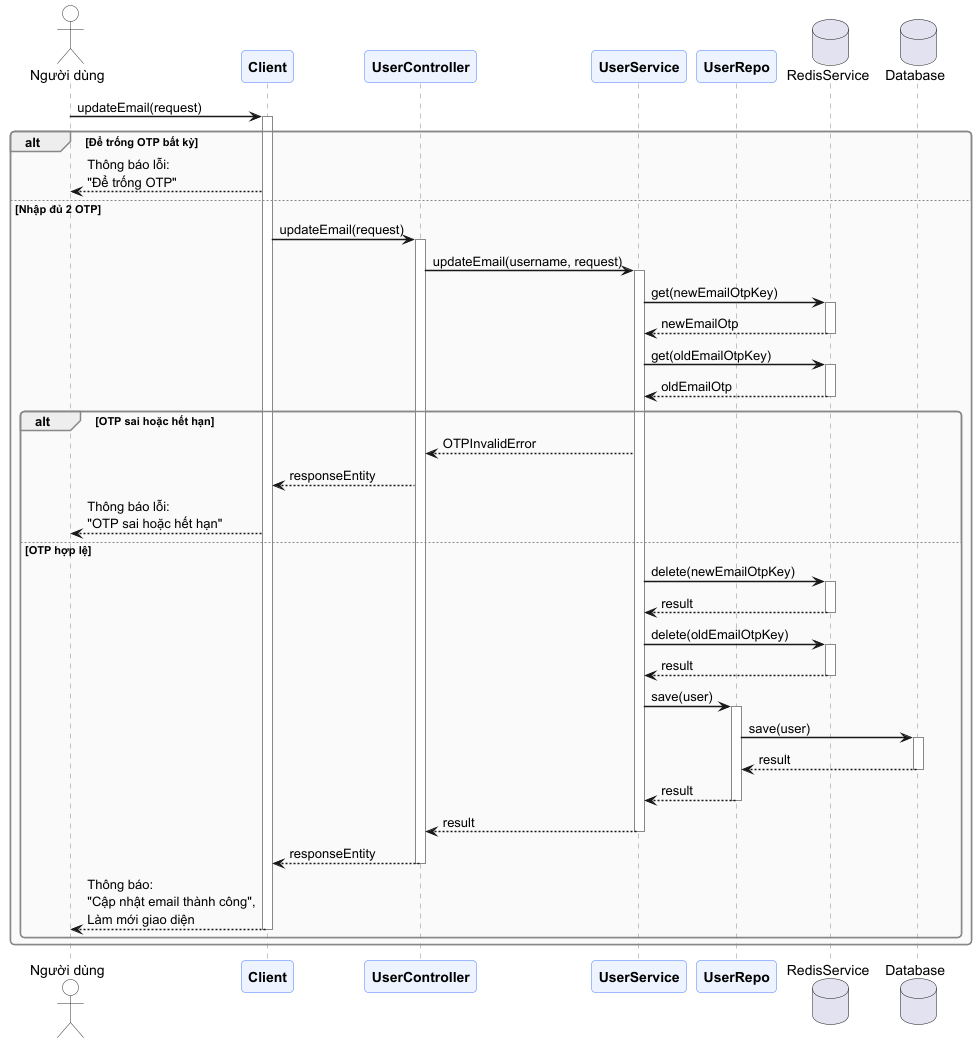
Above: docs/diagrams/sequence-diagram/Update_Email_Sequence_updateEmail.png in trantrieuduong/Elingo-Language-Learning-System (PlantUML), before the change. Its diagram source:
```plantuml
@startuml

skinparam sequenceArrowThickness 1.5
skinparam roundcorner 8
skinparam responseMessageBelowArrow true
skinparam sequenceGroupBorderThickness 1.5

skinparam participant {
    BackgroundColor #EEF4FF
    BorderColor     #4A7CFF
    FontStyle       Bold
}
skinparam actor {
    BackgroundColor #FEFEFE
    BorderColor     #333333
}
skinparam sequence {
    LifeLineBorderColor  #888888
    GroupBorderColor     #888888
    GroupBodyBackgroundColor #FAFAFA
    DividerBackgroundColor   #E8E8E8
}

actor "Người dùng" as User
participant "Client" as client
participant "UserController" as controller
participant "UserService" as service
participant "UserRepo" as repo
database "RedisService" as redis
database "Database" as DB
User -> client : updateEmail(request)
activate client

alt Để trống OTP bất kỳ
    client --> User: Thông báo lỗi:\n"Để trống OTP"
else Nhập đủ 2 OTP
    client -> controller : updateEmail(request)
    activate controller

    controller -> service : updateEmail(username, request)
    activate service

    service -> redis : get(newEmailOtpKey)
    activate redis
    redis --> service : newEmailOtp
    deactivate redis

    service -> redis : get(oldEmailOtpKey)
    activate redis
    redis --> service : oldEmailOtp
    deactivate redis

    alt OTP sai hoặc hết hạn
        service --> controller : OTPInvalidError
        controller --> client : responseEntity
        client --> User : Thông báo lỗi:\n"OTP sai hoặc hết hạn"

    else OTP hợp lệ
        service -> redis : delete(newEmailOtpKey)
        activate redis
        redis --> service : result
        deactivate redis

        service -> redis : delete(oldEmailOtpKey)
        activate redis
        redis --> service : result
        deactivate redis

        service -> repo : save(user)
        activate repo

        repo -> DB : save(user)
        activate DB

        DB --> repo : result
        deactivate DB

        repo --> service : result
        deactivate repo

        service --> controller : result
        deactivate service

        controller --> client : responseEntity
        deactivate controller

        client --> User : Thông báo:\n"Cập nhật email thành công",\nLàm mới giao diện
        deactivate client
    end
end
@enduml
```
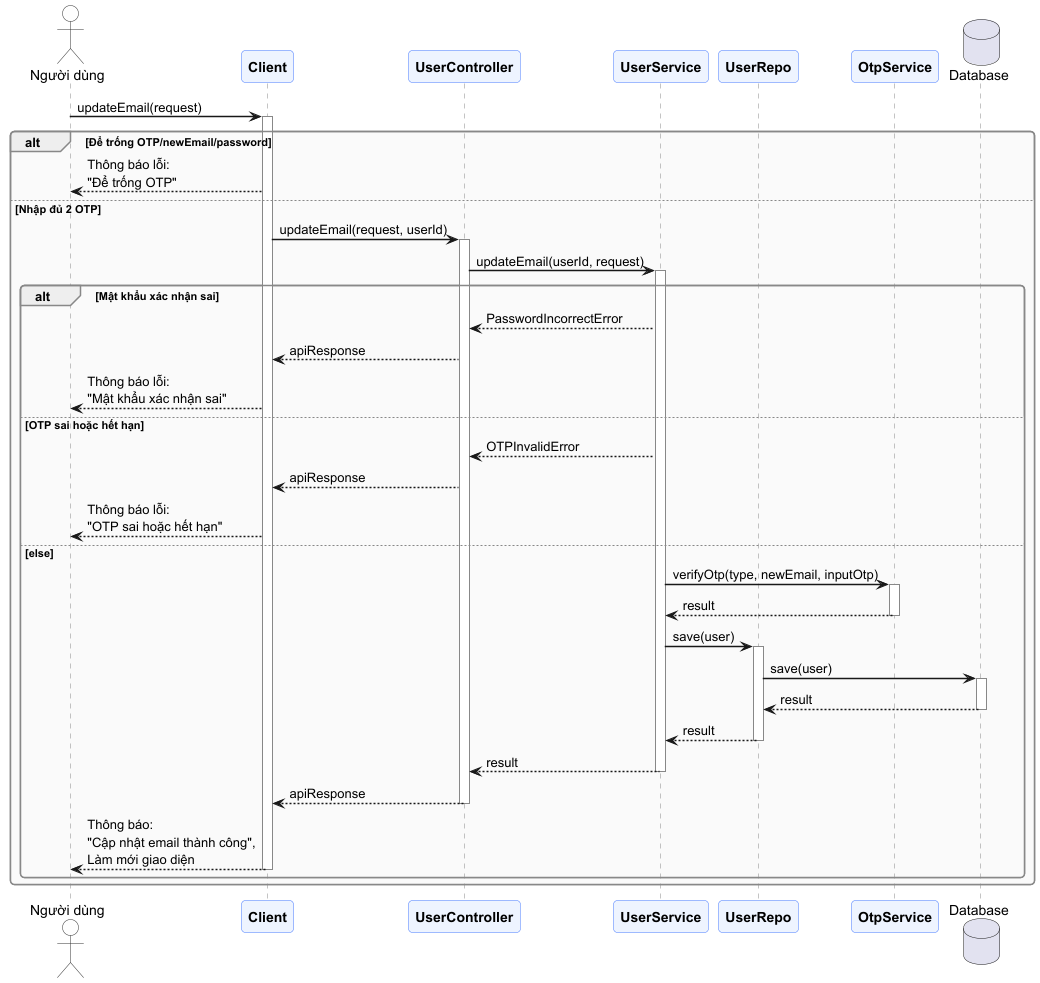
After the change.

Commit message:
docs(user): update email flow diagrams for otpservice and password verification

What changed in the source:
```diff
@@ -26,45 +26,34 @@
 participant "UserController" as controller
 participant "UserService" as service
 participant "UserRepo" as repo
-database "RedisService" as redis
+participant "OtpService" as otpService
 database "Database" as DB
+
 User -> client : updateEmail(request)
 activate client
 
-alt Để trống OTP bất kỳ
+alt Để trống OTP/newEmail/password
     client --> User: Thông báo lỗi:\n"Để trống OTP"
 else Nhập đủ 2 OTP
-    client -> controller : updateEmail(request)
+    client -> controller : updateEmail(request, userId)
     activate controller
 
-    controller -> service : updateEmail(username, request)
+    controller -> service : updateEmail(userId, request)
     activate service
 
-    service -> redis : get(newEmailOtpKey)
-    activate redis
-    redis --> service : newEmailOtp
-    deactivate redis
-
-    service -> redis : get(oldEmailOtpKey)
-    activate redis
-    redis --> service : oldEmailOtp
-    deactivate redis
-
-    alt OTP sai hoặc hết hạn
+    alt Mật khẩu xác nhận sai
+        service --> controller : PasswordIncorrectError
+        controller --> client : apiResponse
+        client --> User : Thông báo lỗi:\n"Mật khẩu xác nhận sai"
+    else OTP sai hoặc hết hạn
         service --> controller : OTPInvalidError
-        controller --> client : responseEntity
+        controller --> client : apiResponse
         client --> User : Thông báo lỗi:\n"OTP sai hoặc hết hạn"
-
-    else OTP hợp lệ
-        service -> redis : delete(newEmailOtpKey)
-        activate redis
-        redis --> service : result
-        deactivate redis
-
-        service -> redis : delete(oldEmailOtpKey)
-        activate redis
-        redis --> service : result
-        deactivate redis
+    else else
+        service -> otpService : verifyOtp(type, newEmail, inputOtp)
+        activate otpService
+        otpService --> service : result
+        deactivate otpService
 
         service -> repo : save(user)
         activate repo
@@ -81,7 +70,7 @@
         service --> controller : result
         deactivate service
 
-        controller --> client : responseEntity
+        controller --> client : apiResponse
         deactivate controller
 
         client --> User : Thông báo:\n"Cập nhật email thành công",\nLàm mới giao diện
```
